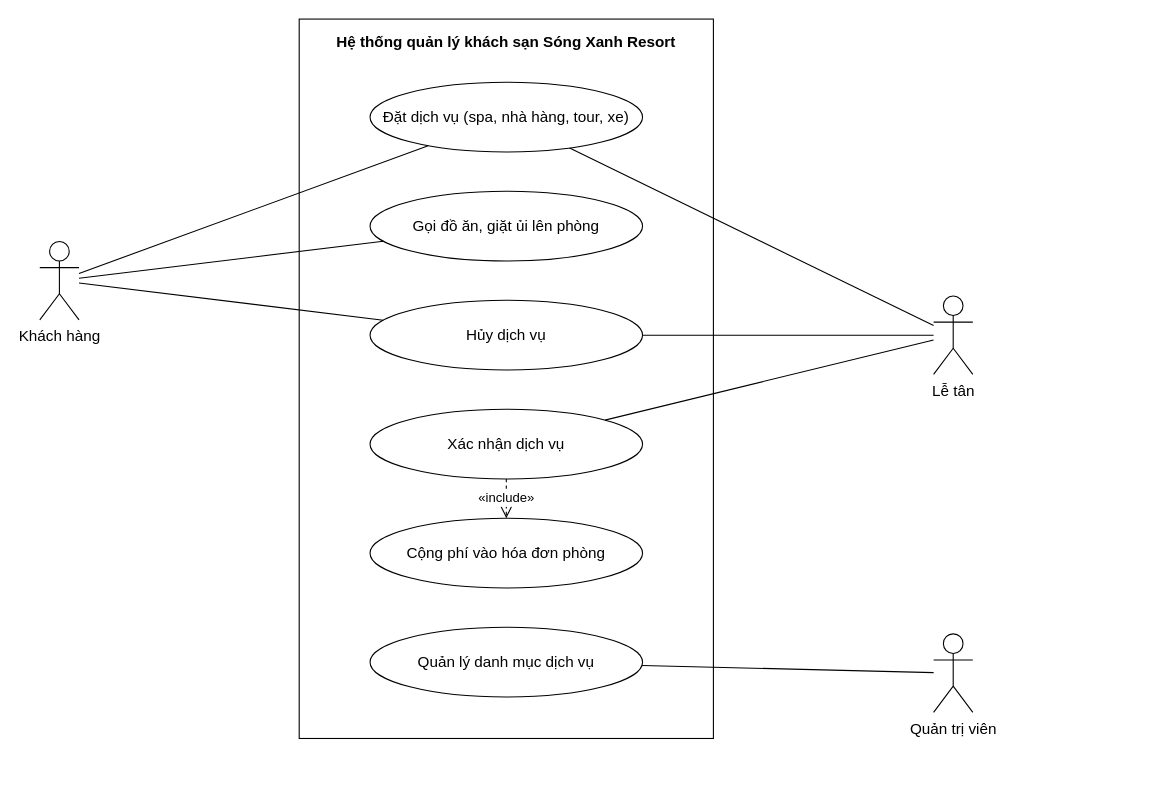
This is docs/use-case/ucn2-dich-vu.drawio from ngynquchn2511/beach-hotel, a draw.io file, before an edit. Source tidied: cells renumbered, new cells numbered last; positions are measured from the earlier drawing's top-left corner, leaving out a move shared by most shapes. Both pictures are drawn from the tidied source at 109%, with x=0, y=0 at pixel (39, 19).
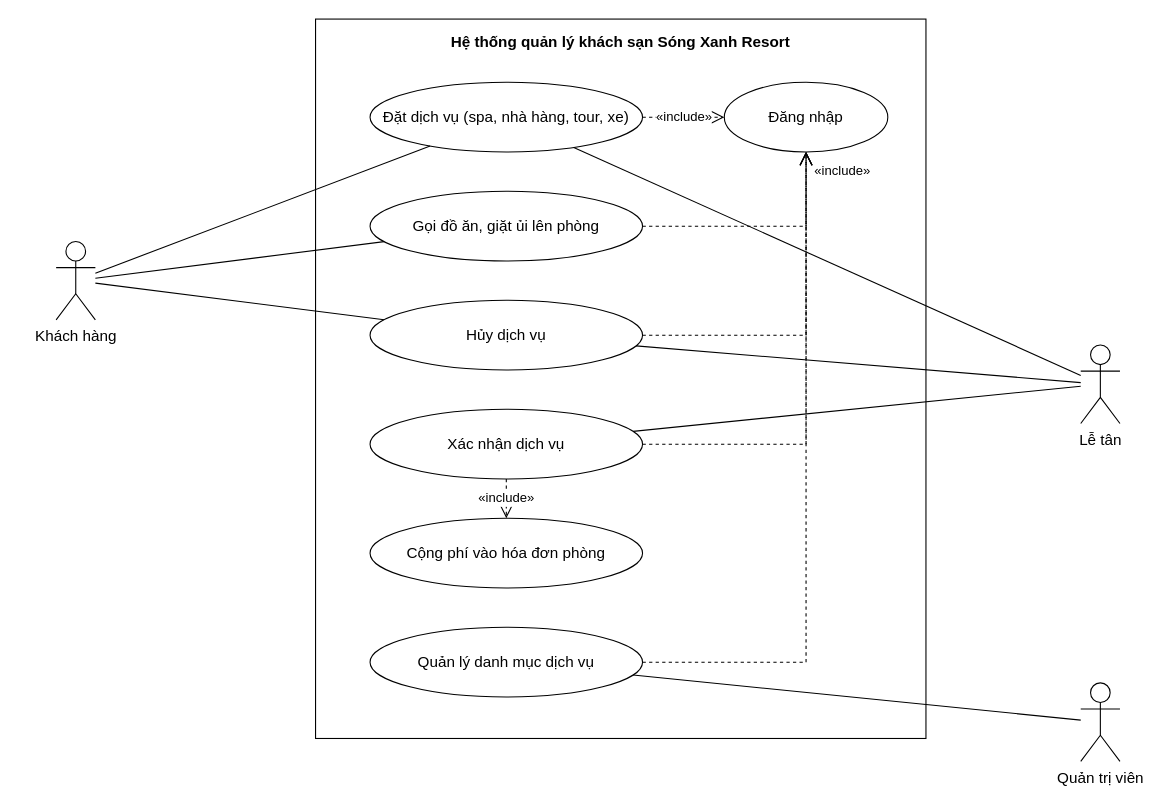
The same page after the edit.

The change refers to these unchanged cells:
```xml
<mxCell id="3" value="Đặt dịch vụ (spa, nhà hàng, tour, xe)" style="fontFamily=Arial;fontColor=#000000;ellipse;whiteSpace=wrap;html=1;fillColor=#FFFFFF;strokeColor=#000000;fontSize=14;" parent="1" vertex="1">
  <mxGeometry x="303" y="58" width="250" height="64" as="geometry" />
</mxCell>
<mxCell id="4" value="Gọi đồ ăn, giặt ủi lên phòng" style="fontFamily=Arial;fontColor=#000000;ellipse;whiteSpace=wrap;html=1;fillColor=#FFFFFF;strokeColor=#000000;fontSize=14;" parent="1" vertex="1">
  <mxGeometry x="303" y="158" width="250" height="64" as="geometry" />
</mxCell>
<mxCell id="5" value="Hủy dịch vụ" style="fontFamily=Arial;fontColor=#000000;ellipse;whiteSpace=wrap;html=1;fillColor=#FFFFFF;strokeColor=#000000;fontSize=14;" parent="1" vertex="1">
  <mxGeometry x="303" y="258" width="250" height="64" as="geometry" />
</mxCell>
<mxCell id="6" value="Xác nhận dịch vụ" style="fontFamily=Arial;fontColor=#000000;ellipse;whiteSpace=wrap;html=1;fillColor=#FFFFFF;strokeColor=#000000;fontSize=14;" parent="1" vertex="1">
  <mxGeometry x="303" y="358" width="250" height="64" as="geometry" />
</mxCell>
<mxCell id="7" value="Cộng phí vào hóa đơn phòng" style="fontFamily=Arial;fontColor=#000000;ellipse;whiteSpace=wrap;html=1;fillColor=#FFFFFF;strokeColor=#000000;fontSize=14;" parent="1" vertex="1">
  <mxGeometry x="303" y="458" width="250" height="64" as="geometry" />
</mxCell>
<mxCell id="8" value="Quản lý danh mục dịch vụ" style="fontFamily=Arial;fontColor=#000000;ellipse;whiteSpace=wrap;html=1;fillColor=#FFFFFF;strokeColor=#000000;fontSize=14;" parent="1" vertex="1">
  <mxGeometry x="303" y="558" width="250" height="64" as="geometry" />
</mxCell>
```

What changed in the source:
```diff
@@
     <mxCell id="2" value="Hệ thống quản lý khách sạn Sóng Xanh Resort" style="fontFamily=Arial;fontColor=#000000;rounded=0;whiteSpace=wrap;html=1;verticalAlign=top;fontStyle=1;fontSize=14;fillColor=none;strokeColor=#000000;spacingTop=6;" parent="1" vertex="1">
-      <mxGeometry x="238" width="380" height="660" as="geometry" />
+      <mxGeometry x="253" width="560" height="660" as="geometry" />
     </mxCell>
@@
-    <mxCell id="9" value="Khách hàng" style="fontFamily=Arial;fontColor=#000000;shape=umlActor;verticalLabelPosition=bottom;verticalAlign=top;html=1;outlineConnect=0;fillColor=#FFFFFF;strokeColor=#000000;fontSize=14;" parent="1" vertex="1">
-      <mxGeometry y="204" width="36" height="72" as="geometry" />
+    <mxCell id="9" value="Đăng nhập" style="fontFamily=Arial;fontColor=#000000;ellipse;whiteSpace=wrap;html=1;fillColor=#FFFFFF;strokeColor=#000000;fontSize=14;" parent="1" vertex="1">
+      <mxGeometry x="628" y="58" width="150" height="64" as="geometry" />
     </mxCell>
-    <mxCell id="10" value="Lễ tân" style="fontFamily=Arial;fontColor=#000000;shape=umlActor;verticalLabelPosition=bottom;verticalAlign=top;html=1;outlineConnect=0;fillColor=#FFFFFF;strokeColor=#000000;fontSize=14;" parent="1" vertex="1">
-      <mxGeometry x="820" y="254" width="36" height="72" as="geometry" />
-    </mxCell>
-    <mxCell id="11" value="Quản trị viên" style="fontFamily=Arial;fontColor=#000000;shape=umlActor;verticalLabelPosition=bottom;verticalAlign=top;html=1;outlineConnect=0;fillColor=#FFFFFF;strokeColor=#000000;fontSize=14;" parent="1" vertex="1">
-      <mxGeometry x="820" y="564" width="36" height="72" as="geometry" />
-    </mxCell>
+    <mxCell id="20" value="«include»" style="fontFamily=Arial;fontColor=#000000;endArrow=open;endSize=10;dashed=1;html=1;strokeColor=#000000;rounded=0;fontSize=12;labelBackgroundColor=#FFFFFF;exitX=1;exitY=0.5;exitDx=0;exitDy=0;exitPerimeter=0;entryX=0;entryY=0.5;entryDx=0;entryDy=0;entryPerimeter=0;" parent="1" edge="1" source="3" target="9">
+      <mxGeometry relative="1" as="geometry" />
+    </mxCell>
+    <mxCell id="21" style="fontFamily=Arial;fontColor=#000000;endArrow=open;endSize=10;dashed=1;html=1;strokeColor=#000000;rounded=0;fontSize=12;labelBackgroundColor=#FFFFFF;exitX=1;exitY=0.5;exitDx=0;exitDy=0;exitPerimeter=0;entryX=0.5;entryY=1;entryDx=0;entryDy=0;entryPerimeter=0;" parent="1" edge="1" source="4" target="9">
+      <mxGeometry relative="1" as="geometry">
+        <Array as="points">
+          <mxPoint x="703" y="190" />
+        </Array>
+      </mxGeometry>
+    </mxCell>
-    <mxCell id="12" style="fontFamily=Arial;fontColor=#000000;endArrow=none;html=1;strokeColor=#000000;rounded=0;" parent="1" edge="1" source="9" target="3">
-      <mxGeometry relative="1" as="geometry" />
+    <mxCell id="12" style="fontFamily=Arial;fontColor=#000000;endArrow=open;endSize=10;dashed=1;html=1;strokeColor=#000000;rounded=0;fontSize=12;labelBackgroundColor=#FFFFFF;exitX=1;exitY=0.5;exitDx=0;exitDy=0;exitPerimeter=0;entryX=0.5;entryY=1;entryDx=0;entryDy=0;entryPerimeter=0;" parent="1" edge="1" source="5" target="9">
+      <mxGeometry relative="1" as="geometry">
+        <Array as="points">
+          <mxPoint x="703" y="290" />
+        </Array>
+      </mxGeometry>
     </mxCell>
-    <mxCell id="13" style="fontFamily=Arial;fontColor=#000000;endArrow=none;html=1;strokeColor=#000000;rounded=0;" parent="1" edge="1" source="9" target="4">
-      <mxGeometry relative="1" as="geometry" />
+    <mxCell id="13" style="fontFamily=Arial;fontColor=#000000;endArrow=open;endSize=10;dashed=1;html=1;strokeColor=#000000;rounded=0;fontSize=12;labelBackgroundColor=#FFFFFF;exitX=1;exitY=0.5;exitDx=0;exitDy=0;exitPerimeter=0;entryX=0.5;entryY=1;entryDx=0;entryDy=0;entryPerimeter=0;" parent="1" edge="1" source="6" target="9">
+      <mxGeometry relative="1" as="geometry">
+        <Array as="points">
+          <mxPoint x="703" y="390" />
+        </Array>
+      </mxGeometry>
     </mxCell>
-    <mxCell id="14" style="fontFamily=Arial;fontColor=#000000;endArrow=none;html=1;strokeColor=#000000;rounded=0;" parent="1" edge="1" source="9" target="5">
-      <mxGeometry relative="1" as="geometry" />
+    <mxCell id="14" style="fontFamily=Arial;fontColor=#000000;endArrow=open;endSize=10;dashed=1;html=1;strokeColor=#000000;rounded=0;fontSize=12;labelBackgroundColor=#FFFFFF;exitX=1;exitY=0.5;exitDx=0;exitDy=0;exitPerimeter=0;entryX=0.5;entryY=1;entryDx=0;entryDy=0;entryPerimeter=0;" parent="1" edge="1" source="8" target="9">
+      <mxGeometry relative="1" as="geometry">
+        <Array as="points">
+          <mxPoint x="703" y="590" />
+        </Array>
+      </mxGeometry>
     </mxCell>
+    <mxCell id="22" value="«include»" style="fontFamily=Arial;fontColor=#000000;text;html=1;align=left;verticalAlign=middle;fontSize=12;strokeColor=none;fillColor=none;" parent="1" vertex="1">
+      <mxGeometry x="709" y="130" width="80" height="20" as="geometry" />
+    </mxCell>
+    <mxCell id="23" value="Khách hàng" style="fontFamily=Arial;fontColor=#000000;shape=umlActor;verticalLabelPosition=bottom;verticalAlign=top;html=1;outlineConnect=0;fillColor=#FFFFFF;strokeColor=#000000;fontSize=14;" parent="1" vertex="1">
+      <mxGeometry x="15" y="204" width="36" height="72" as="geometry" />
+    </mxCell>
+    <mxCell id="10" value="Lễ tân" style="fontFamily=Arial;fontColor=#000000;shape=umlActor;verticalLabelPosition=bottom;verticalAlign=top;html=1;outlineConnect=0;fillColor=#FFFFFF;strokeColor=#000000;fontSize=14;" parent="1" vertex="1">
+      <mxGeometry x="955" y="299" width="36" height="72" as="geometry" />
+    </mxCell>
+    <mxCell id="11" value="Quản trị viên" style="fontFamily=Arial;fontColor=#000000;shape=umlActor;verticalLabelPosition=bottom;verticalAlign=top;html=1;outlineConnect=0;fillColor=#FFFFFF;strokeColor=#000000;fontSize=14;" parent="1" vertex="1">
+      <mxGeometry x="955" y="609" width="36" height="72" as="geometry" />
+    </mxCell>
+    <mxCell id="19" style="fontFamily=Arial;fontColor=#000000;endArrow=none;html=1;strokeColor=#000000;rounded=0;" parent="1" edge="1" source="23" target="3">
+      <mxGeometry relative="1" as="geometry" />
+    </mxCell>
+    <mxCell id="24" style="fontFamily=Arial;fontColor=#000000;endArrow=none;html=1;strokeColor=#000000;rounded=0;" parent="1" edge="1" source="23" target="4">
+      <mxGeometry relative="1" as="geometry" />
+    </mxCell>
+    <mxCell id="25" style="fontFamily=Arial;fontColor=#000000;endArrow=none;html=1;strokeColor=#000000;rounded=0;" parent="1" edge="1" source="23" target="5">
+      <mxGeometry relative="1" as="geometry" />
+    </mxCell>
@@
-    <mxCell id="19" value="«include»" style="fontFamily=Arial;fontColor=#000000;endArrow=open;endSize=10;dashed=1;html=1;strokeColor=#000000;rounded=0;fontSize=12;labelBackgroundColor=#FFFFFF;exitX=0.5;exitY=1;exitDx=0;exitDy=0;exitPerimeter=0;entryX=0.5;entryY=0;entryDx=0;entryDy=0;entryPerimeter=0;" parent="1" edge="1" source="6" target="7">
-      <mxGeometry relative="1" as="geometry" />
-    </mxCell>
+    <mxCell id="26" value="«include»" style="fontFamily=Arial;fontColor=#000000;endArrow=open;endSize=10;dashed=1;html=1;strokeColor=#000000;rounded=0;fontSize=12;labelBackgroundColor=#FFFFFF;exitX=0.5;exitY=1;exitDx=0;exitDy=0;exitPerimeter=0;entryX=0.5;entryY=0;entryDx=0;entryDy=0;entryPerimeter=0;" parent="1" edge="1" source="6" target="7">
+      <mxGeometry relative="1" as="geometry" />
+    </mxCell>
```
